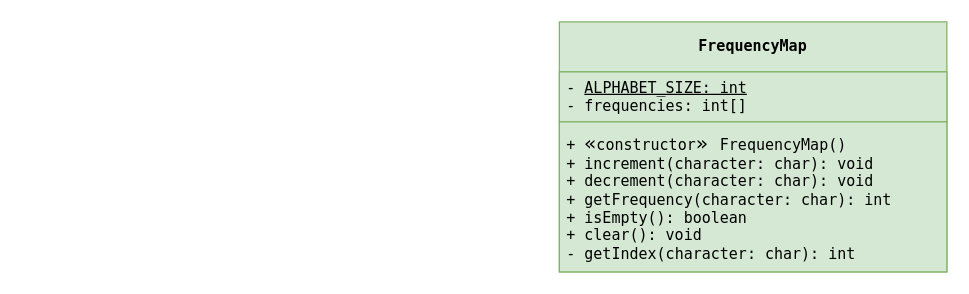
Above: assets/wordle-class-diagram.drawio in actuallyhollow/basic-wordle-java (draw.io), before the change. Source tidied: cells renumbered, new cells numbered last; positions are measured from the earlier drawing's top-left corner, leaving out a move shared by most shapes. Both pictures are drawn from the tidied source at 125%, with x=0, y=0 at pixel (559, 21).
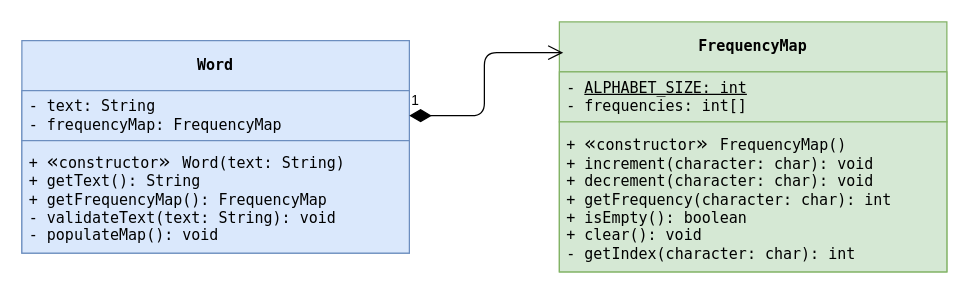
Above is the later version.

What changed in the source:
```diff
@@
 <mxGraphModel>
   <root>
     <mxCell id="0" />
     <mxCell id="1" parent="0" />
     <mxCell id="2" value="&lt;div&gt;&lt;span style=&quot;background-color: transparent;&quot;&gt;&lt;font style=&quot;&quot; face=&quot;Menlo, Monaco, 'Courier New', monospace&quot;&gt;FrequencyMap&lt;/font&gt;&lt;/span&gt;&lt;/div&gt;" style="swimlane;fontStyle=1;align=center;verticalAlign=middle;horizontal=1;startSize=40;whiteSpace=wrap;html=1;fillColor=#d5e8d4;strokeColor=#82b366;fontColor=light-dark(#000000,#FFFFFF);" parent="1" vertex="1">
       <mxGeometry width="310" height="200" as="geometry" />
     </mxCell>
     <mxCell id="3" value="&lt;div&gt;&lt;font face=&quot;Menlo, Monaco, 'Courier New', monospace&quot;&gt;- &lt;u&gt;ALPHABET_SIZE: int&lt;/u&gt;&lt;/font&gt;&lt;/div&gt;&lt;div&gt;&lt;font face=&quot;Menlo, Monaco, 'Courier New', monospace&quot;&gt;- frequencies: int[]&lt;/font&gt;&lt;/div&gt;" style="text;align=left;verticalAlign=middle;spacingLeft=4;spacingRight=4;overflow=hidden;whiteSpace=wrap;html=1;fillColor=#d5e8d4;strokeColor=#82b366;" parent="2" vertex="1">
       <mxGeometry y="40" width="310" height="40" as="geometry" />
     </mxCell>
     <mxCell id="4" value="&lt;div&gt;+&amp;nbsp;&lt;span style=&quot;background-color: transparent; scrollbar-color: rgb(75, 75, 75) rgb(27, 29, 30); font-size: medium; caret-color: rgb(0, 0, 0);&quot;&gt;«&lt;/span&gt;&lt;span style=&quot;background-color: transparent; scrollbar-color: rgb(75, 75, 75) rgb(27, 29, 30); text-align: center;&quot;&gt;constructor&lt;/span&gt;&lt;span style=&quot;background-color: transparent; scrollbar-color: rgb(75, 75, 75) rgb(27, 29, 30); font-size: medium; caret-color: rgb(0, 0, 0);&quot;&gt;&lt;font face=&quot;Menlo, Monaco, 'Courier New', monospace&quot;&gt;»&amp;nbsp;&lt;/font&gt;&lt;/span&gt;&lt;span style=&quot;background-color: transparent;&quot;&gt;FrequencyMap()&lt;/span&gt;&lt;/div&gt;&lt;div&gt;&lt;span style=&quot;background-color: transparent;&quot;&gt;+ increment(character: char): void&lt;/span&gt;&lt;/div&gt;&lt;div&gt;&lt;div style=&quot;scrollbar-color: rgb(75, 75, 75) rgb(27, 29, 30);&quot;&gt;&lt;span style=&quot;scrollbar-color: rgb(75, 75, 75) rgb(27, 29, 30); background-color: transparent;&quot;&gt;+ decrement(character: char): void&lt;/span&gt;&lt;/div&gt;&lt;div style=&quot;scrollbar-color: rgb(75, 75, 75) rgb(27, 29, 30);&quot;&gt;&lt;span style=&quot;scrollbar-color: rgb(75, 75, 75) rgb(27, 29, 30);&quot;&gt;&lt;/span&gt;&lt;/div&gt;&lt;/div&gt;&lt;div style=&quot;scrollbar-color: rgb(75, 75, 75) rgb(27, 29, 30);&quot;&gt;&lt;span style=&quot;scrollbar-color: rgb(75, 75, 75) rgb(27, 29, 30);&quot;&gt;&lt;div style=&quot;scrollbar-color: rgb(75, 75, 75) rgb(27, 29, 30);&quot;&gt;&lt;span style=&quot;background-color: transparent;&quot;&gt;+ getFrequency(&lt;/span&gt;&lt;span style=&quot;background-color: transparent;&quot;&gt;character: char&lt;/span&gt;&lt;span style=&quot;background-color: transparent;&quot;&gt;): int&lt;/span&gt;&lt;/div&gt;&lt;div style=&quot;scrollbar-color: rgb(75, 75, 75) rgb(27, 29, 30);&quot;&gt;&lt;span style=&quot;scrollbar-color: rgb(75, 75, 75) rgb(27, 29, 30);&quot;&gt;&lt;div style=&quot;scrollbar-color: rgb(75, 75, 75) rgb(27, 29, 30);&quot;&gt;&lt;/div&gt;&lt;/span&gt;&lt;/div&gt;&lt;div style=&quot;scrollbar-color: rgb(75, 75, 75) rgb(27, 29, 30);&quot;&gt;&lt;/div&gt;&lt;/span&gt;&lt;/div&gt;&lt;div&gt;&lt;span style=&quot;scrollbar-color: rgb(75, 75, 75) rgb(27, 29, 30);&quot;&gt;+ isEmpty(): boolean&lt;/span&gt;&lt;/div&gt;&lt;div&gt;&lt;span style=&quot;scrollbar-color: rgb(75, 75, 75) rgb(27, 29, 30);&quot;&gt;+ clear(): void&lt;/span&gt;&lt;/div&gt;&lt;div&gt;&lt;span style=&quot;scrollbar-color: rgb(75, 75, 75) rgb(27, 29, 30);&quot;&gt;- getIndex(&lt;/span&gt;&lt;span style=&quot;background-color: transparent;&quot;&gt;character: char): int&lt;/span&gt;&lt;/div&gt;" style="text;align=left;verticalAlign=middle;spacingLeft=4;spacingRight=4;overflow=hidden;whiteSpace=wrap;html=1;fontFamily=Menlo, Monaco, 'Courier New', monospace;fillColor=#d5e8d4;strokeColor=#82b366;" parent="2" vertex="1">
       <mxGeometry y="80" width="310" height="120" as="geometry" />
     </mxCell>
+    <mxCell id="5" value="&lt;div&gt;&lt;span style=&quot;background-color: transparent;&quot;&gt;&lt;font style=&quot;&quot; face=&quot;Menlo, Monaco, 'Courier New', monospace&quot;&gt;Word&lt;/font&gt;&lt;/span&gt;&lt;/div&gt;" style="swimlane;fontStyle=1;align=center;verticalAlign=middle;horizontal=1;startSize=40;whiteSpace=wrap;html=1;fillColor=#dae8fc;strokeColor=#6c8ebf;" parent="1" vertex="1">
+      <mxGeometry x="-430" y="15" width="310" height="170" as="geometry" />
+    </mxCell>
+    <mxCell id="6" value="&lt;div&gt;&lt;font face=&quot;Menlo, Monaco, 'Courier New', monospace&quot;&gt;- text: String&lt;/font&gt;&lt;/div&gt;&lt;div&gt;&lt;font face=&quot;Menlo, Monaco, 'Courier New', monospace&quot;&gt;- frequencyMap: FrequencyMap&lt;/font&gt;&lt;/div&gt;" style="text;align=left;verticalAlign=middle;spacingLeft=4;spacingRight=4;overflow=hidden;points=[[0,0.5],[1,0.5]];portConstraint=eastwest;whiteSpace=wrap;html=1;fillColor=#dae8fc;strokeColor=#6c8ebf;" parent="5" vertex="1">
+      <mxGeometry y="40" width="310" height="40" as="geometry" />
+    </mxCell>
+    <mxCell id="7" value="&lt;div&gt;+&amp;nbsp;&lt;span style=&quot;background-color: transparent; scrollbar-color: rgb(75, 75, 75) rgb(27, 29, 30); font-size: medium; caret-color: rgb(0, 0, 0);&quot;&gt;«&lt;/span&gt;&lt;span style=&quot;background-color: transparent; scrollbar-color: rgb(75, 75, 75) rgb(27, 29, 30); text-align: center;&quot;&gt;constructor&lt;/span&gt;&lt;span style=&quot;background-color: transparent; scrollbar-color: rgb(75, 75, 75) rgb(27, 29, 30); font-size: medium; caret-color: rgb(0, 0, 0);&quot;&gt;&lt;font face=&quot;Menlo, Monaco, 'Courier New', monospace&quot;&gt;»&amp;nbsp;&lt;/font&gt;&lt;/span&gt;&lt;span style=&quot;background-color: transparent;&quot;&gt;Word(text: String)&lt;/span&gt;&lt;/div&gt;&lt;div&gt;&lt;span style=&quot;background-color: transparent;&quot;&gt;+ getText(): String&lt;/span&gt;&lt;/div&gt;&lt;div&gt;&lt;span style=&quot;background-color: transparent;&quot;&gt;+ getFrequencyMap(): FrequencyMap&lt;/span&gt;&lt;/div&gt;&lt;div&gt;&lt;span style=&quot;background-color: transparent;&quot;&gt;- validateText(text: String): void&lt;/span&gt;&lt;/div&gt;&lt;div&gt;&lt;span style=&quot;background-color: transparent;&quot;&gt;- populateMap(): void&lt;/span&gt;&lt;/div&gt;" style="text;align=left;verticalAlign=middle;spacingLeft=4;spacingRight=4;overflow=hidden;whiteSpace=wrap;html=1;fontFamily=Menlo, Monaco, 'Courier New', monospace;fillColor=#dae8fc;strokeColor=#6c8ebf;" parent="5" vertex="1">
+      <mxGeometry y="80" width="310" height="90" as="geometry" />
+    </mxCell>
+    <mxCell id="8" value="1" style="endArrow=open;html=1;endSize=10;startArrow=diamondThin;startSize=15;startFill=1;edgeStyle=orthogonalEdgeStyle;align=left;verticalAlign=bottom;exitX=1;exitY=0.5;exitDx=0;exitDy=0;entryX=0.01;entryY=0.123;entryDx=0;entryDy=0;entryPerimeter=0;" parent="1" edge="1" source="6" target="2">
+      <mxGeometry x="-1" y="3" relative="1" as="geometry" />
+    </mxCell>
   </root>
 </mxGraphModel>
```
